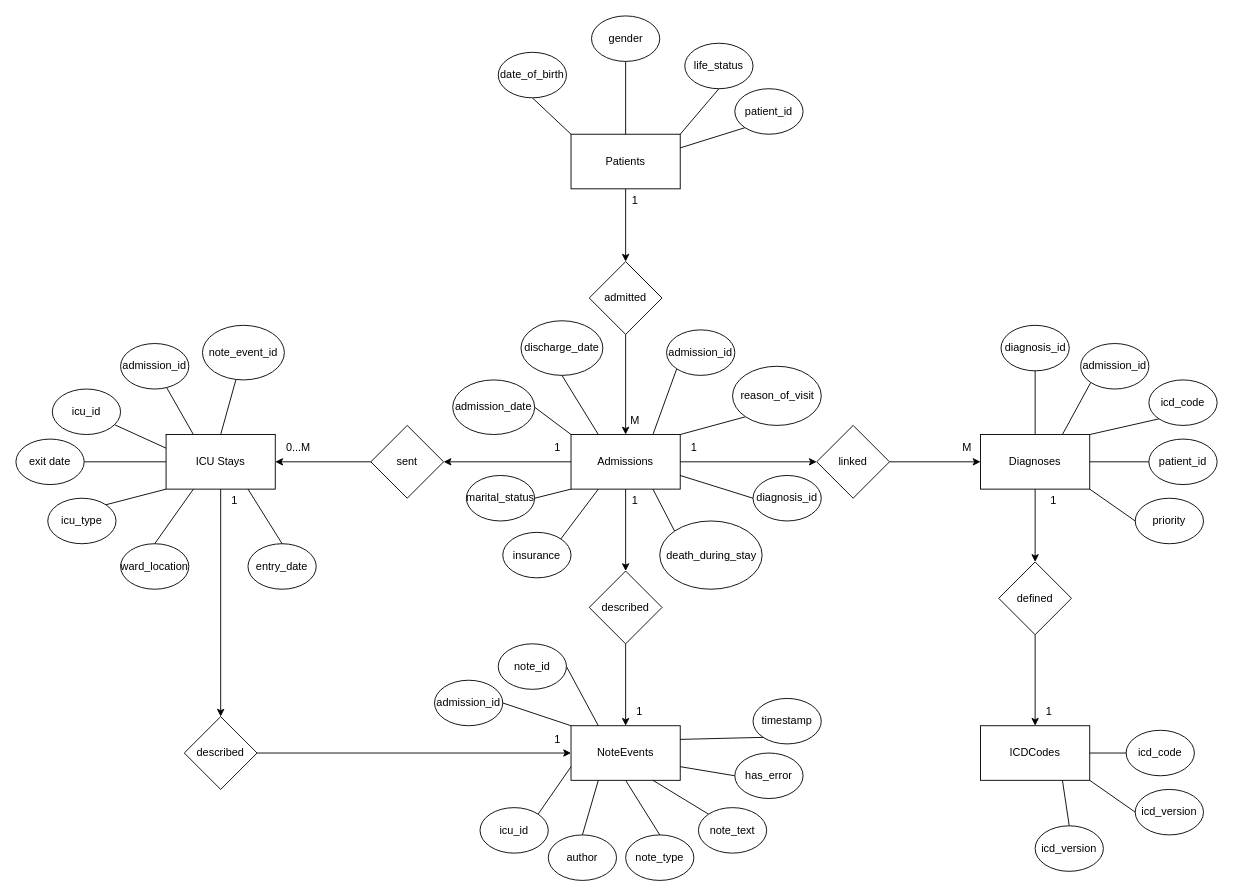
Joshua131313/soen363 keeps this draw.io diagram as page "Chen Diagram" (3 of 3) of Untitled Diagram.drawio. Above is the earlier version. Source tidied: cells renumbered, new cells numbered last; positions are measured from the earlier drawing's top-left corner, leaving out a move shared by most shapes. Both pictures are drawn from the tidied source at 91%, with x=0, y=0 at pixel (15, 15).
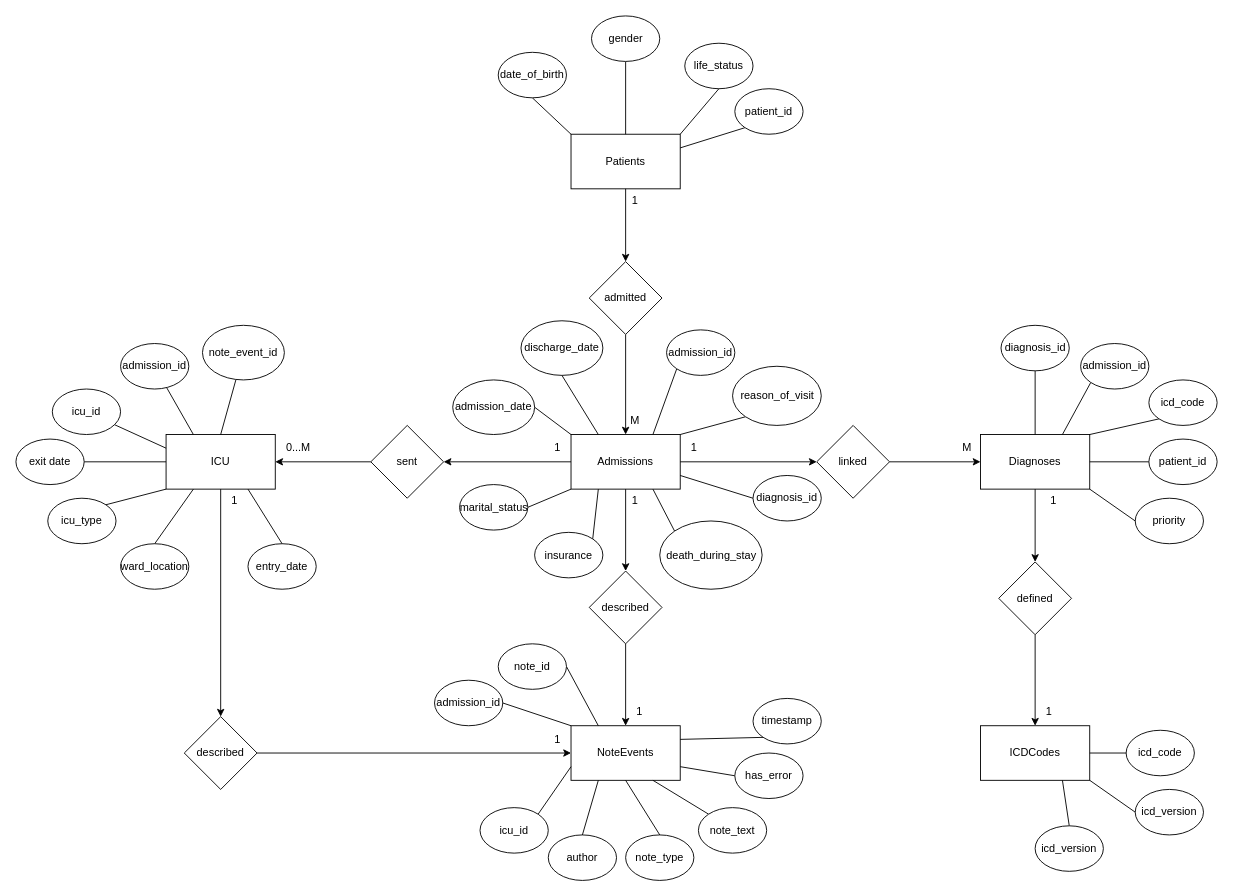
The same page after the edit.

Commit message:
Updated Chen Table

What changed in the source:
```diff
@@
-    <mxCell id="6" value="ICU Stays" style="whiteSpace=wrap;html=1;" parent="1" vertex="1">
+    <mxCell id="6" value="ICU" style="whiteSpace=wrap;html=1;" parent="1" vertex="1">
       <mxGeometry x="165" y="460" width="120" height="60" as="geometry" />
     </mxCell>
@@
     <mxCell id="77" value="insurance" style="ellipse;whiteSpace=wrap;html=1;" parent="1" vertex="1">
-      <mxGeometry x="535" y="567.5" width="75" height="50" as="geometry" />
+      <mxGeometry x="570" y="567.5" width="75" height="50" as="geometry" />
     </mxCell>
@@
     <mxCell id="79" value="marital_status" style="ellipse;whiteSpace=wrap;html=1;" parent="1" vertex="1">
-      <mxGeometry x="495" y="505" width="75" height="50" as="geometry" />
+      <mxGeometry x="487.5" y="515" width="75" height="50" as="geometry" />
     </mxCell>
```
